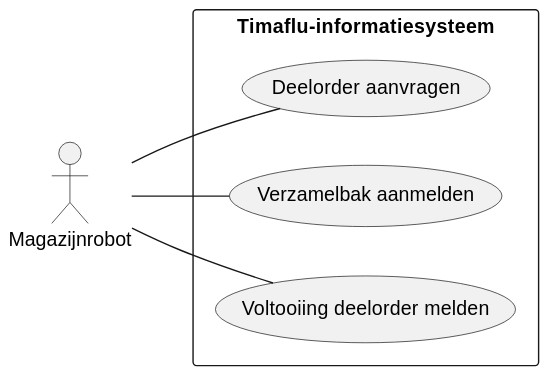
The PlantUML diagram Documentation/Architecture/uml/export/use_cases/robot.svg in ViktorQorri/Project-Timaflu, before a commit. Source of this version:
```plantuml
@startuml
left to right direction

actor "Magazijnrobot" as Robot

rectangle "Timaflu-informatiesysteem" {
    usecase "Deelorder aanvragen" as UC1
    usecase "Verzamelbak aanmelden" as UC2
    usecase "Voltooiing deelorder melden" as UC3
}

Robot -- UC1
Robot -- UC2
Robot -- UC3
@enduml
```
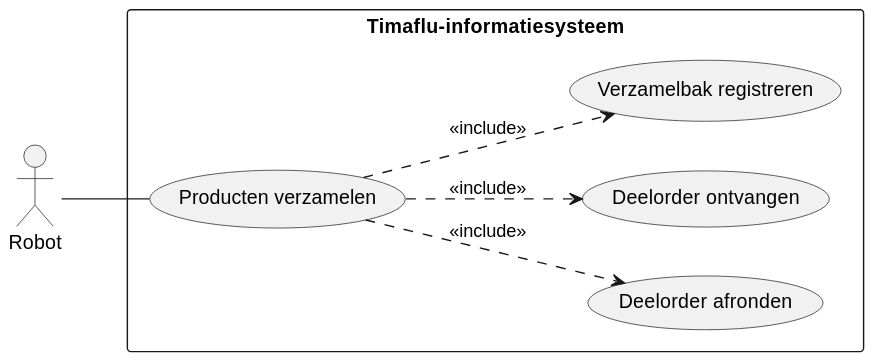
Later version of the same file.

Commit message:
Add primary UC for robot.

Change to the diagram source:
```diff
@@ -1,15 +1,18 @@
 @startuml
 left to right direction
 
-actor "Magazijnrobot" as Robot
+actor Robot
 
 rectangle "Timaflu-informatiesysteem" {
-    usecase "Deelorder aanvragen" as UC1
-    usecase "Verzamelbak aanmelden" as UC2
-    usecase "Voltooiing deelorder melden" as UC3
+    usecase "Producten verzamelen" as UC0
+    usecase "Deelorder afronden" as UC1
+    usecase "Deelorder ontvangen" as UC2
+    usecase "Verzamelbak registreren" as UC3
+
+    UC0 ..> UC1 : <<include>>
+    UC0 ..> UC2 : <<include>>
+    UC0 ..> UC3 : <<include>>
 }
 
-Robot -- UC1
-Robot -- UC2
-Robot -- UC3
+Robot -- UC0
 @enduml
```
